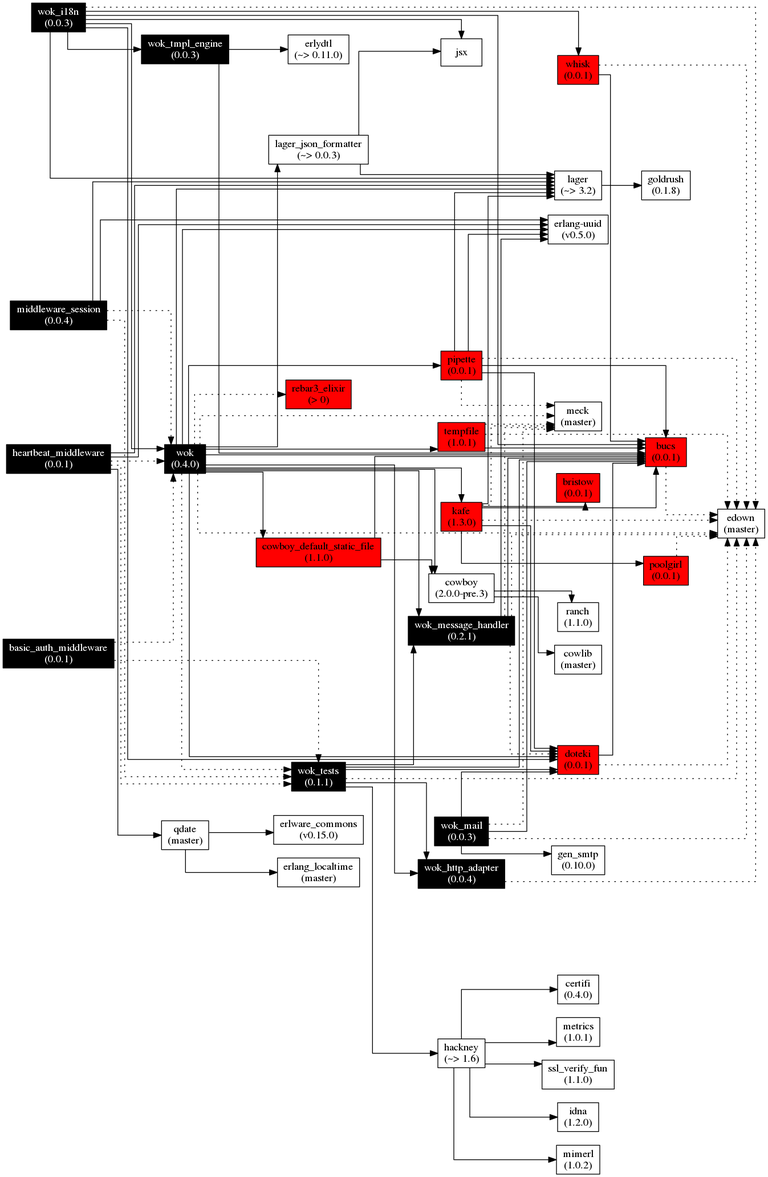
The Graphviz diagram doc/images/wok.deps.png in botsunit/wok, before a commit. Its source is kept beside it as images/wok.deps.gv.
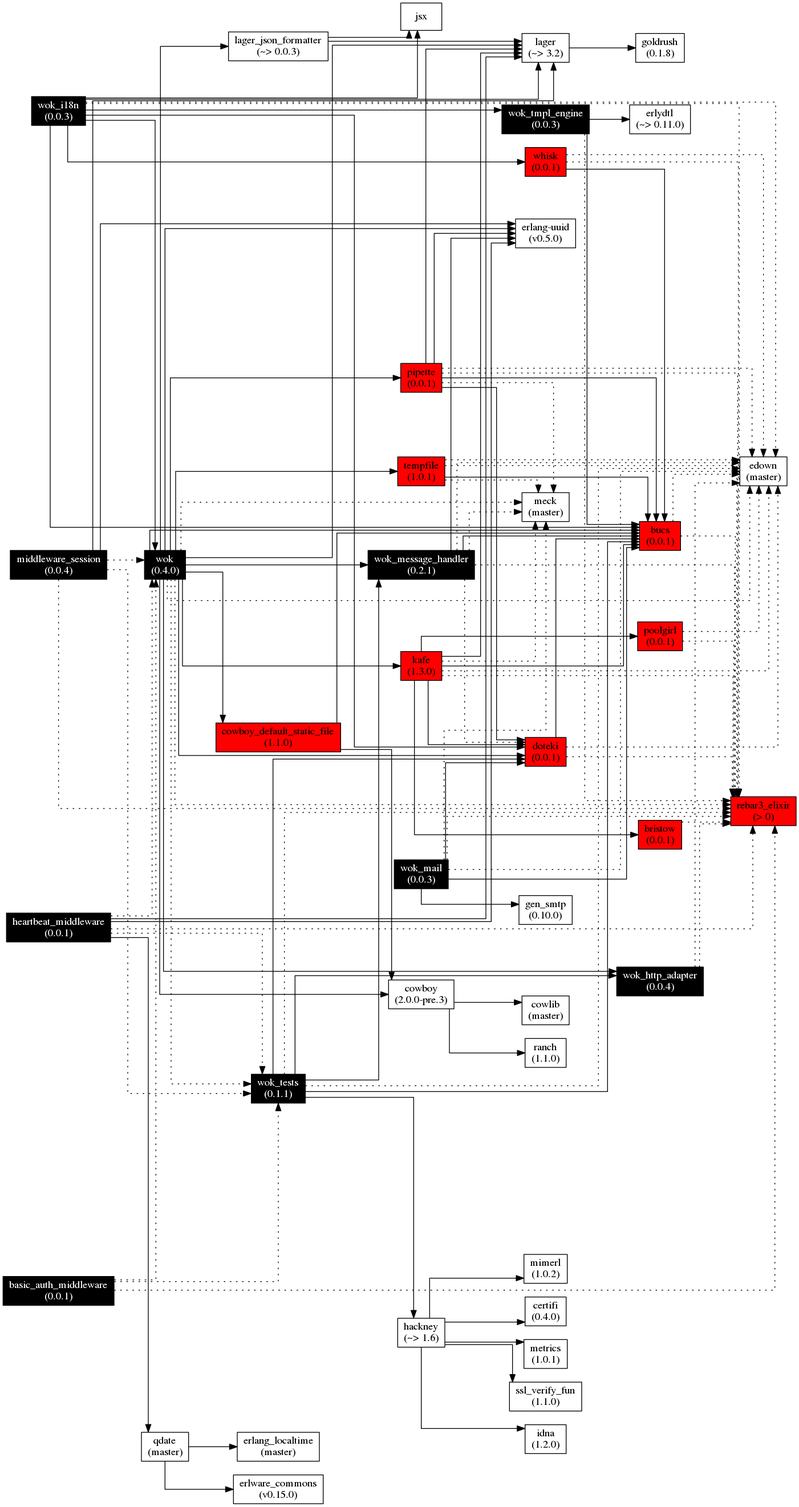
After the commit.

Diff of the diagram source:
```diff
@@ -71,12 +71,14 @@
   lager_json_formatter -> jsx;
 
   wok_http_adapter -> edown[style=dotted];
+  wok_http_adapter -> rebar3_elixir[style=dotted];
 
   wok_message_handler -> bucs;
   wok_message_handler -> uuid;
   wok_message_handler -> meck[style=dotted];
   wok_message_handler -> doteki[style=dotted];
   wok_message_handler -> edown[style=dotted];
+  wok_message_handler -> rebar3_elixir[style=dotted];
 
   pipette -> lager;
   pipette -> bucs;
@@ -84,6 +86,7 @@
   pipette -> uuid;
   pipette -> meck[style=dotted];
   pipette -> edown[style=dotted];
+  pipette -> rebar3_elixir[style=dotted];
 
   kafe -> lager;
   kafe -> bucs;
@@ -92,6 +95,9 @@
   kafe -> bristow;
   kafe -> meck[style=dotted];
   kafe -> edown[style=dotted];
+  kafe -> rebar3_elixir[style=dotted];
+
+  bristow -> rebar3_elixir[style=dotted];
 
   cowboy -> cowlib;
   cowboy -> ranch;
@@ -99,14 +105,17 @@
   cowboy_default_static_file -> bucs;
   cowboy_default_static_file -> cowboy;
 
-  bucs -> edown[style=dotted]
+  bucs -> edown[style=dotted];
+  bucs -> rebar3_elixir[style=dotted];
 
   doteki -> bucs;
   doteki -> edown[style=dotted];
+  doteki -> rebar3_elixir[style=dotted];
 
   tempfile -> bucs;
   tempfile -> meck[style=dotted];
   tempfile -> edown[style=dotted];
+  tempfile -> rebar3_elixir[style=dotted];
 
   wok_tests -> bucs;
   wok_tests -> wok_http_adapter;
@@ -114,8 +123,10 @@
   wok_tests -> doteki;
   wok_tests -> hackney;
   wok_tests -> edown[style=dotted];
+  wok_tests -> rebar3_elixir[style=dotted];
 
   poolgirl -> edown[style=dotted];
+  poolgirl -> rebar3_elixir[style=dotted];
 
   hackney -> idna;
   hackney -> mimerl;
@@ -128,6 +139,7 @@
   wok_mail -> gen_smtp;
   wok_mail -> meck[style=dotted];
   wok_mail -> edown[style=dotted];
+  wok_mail -> rebar3_elixir[style=dotted];
 
   wok_i18n -> jsx;
   wok_i18n -> lager;
@@ -137,26 +149,32 @@
   wok_i18n -> bucs;
   wok_i18n -> doteki;
   wok_i18n -> edown[style=dotted];
+  wok_i18n -> rebar3_elixir[style=dotted];
 
   wok_tmpl_engine -> bucs;
   wok_tmpl_engine -> erlydtl;
+  wok_tmpl_engine -> rebar3_elixir[style=dotted];
 
   whisk -> bucs;
   whisk -> edown[style=dotted];
+  whisk -> rebar3_elixir[style=dotted];
 
   basic_auth_middleware -> wok[style=dotted];
   basic_auth_middleware -> wok_tests[style=dotted];
+  basic_auth_middleware -> rebar3_elixir[style=dotted];
 
   middleware_session -> lager;
   middleware_session -> uuid;
   middleware_session -> wok[style=dotted];
   middleware_session -> wok_tests[style=dotted];
+  middleware_session -> rebar3_elixir[style=dotted];
 
   heartbeat_middleware -> lager;
   heartbeat_middleware -> uuid;
   heartbeat_middleware -> qdate;
   heartbeat_middleware -> wok[style=dotted];
   heartbeat_middleware -> wok_tests[style=dotted];
+  heartbeat_middleware -> rebar3_elixir[style=dotted];
 
   qdate -> erlware_commons;
   qdate -> erlang_localtime;
```
